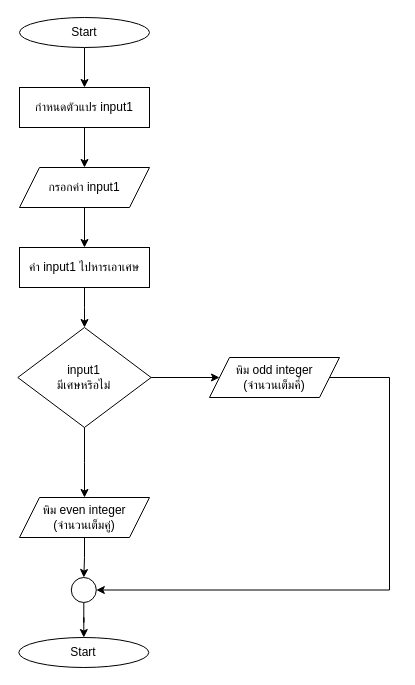
Above: HW/HW05/hw05-5/hw05-5.drawio in aphiwat-window/ENGCE117 (draw.io), before the change. Source tidied: cells renumbered, new cells numbered last; positions are measured from the earlier drawing's top-left corner, leaving out a move shared by most shapes. Both pictures are drawn from the tidied source at 100%, with x=0, y=0 at pixel (17, 17).
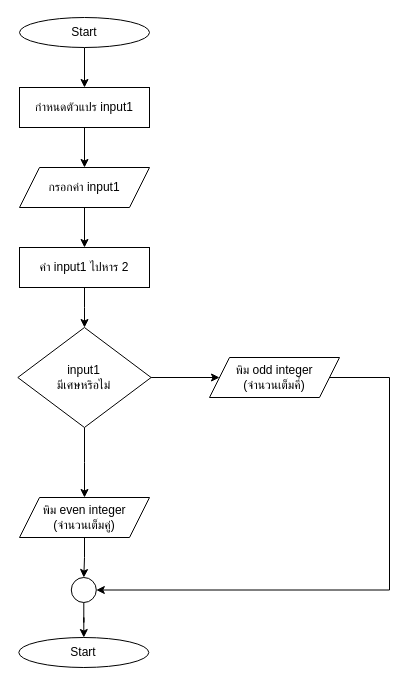
The same page after the edit.

What changed in the source:
```diff
@@
-    <mxCell id="12" value="คำ input1 ไปหารเอาเศษ" style="rounded=0;whiteSpace=wrap;html=1;" parent="1" vertex="1">
+    <mxCell id="12" value="คำ input1 ไปหาร 2" style="rounded=0;whiteSpace=wrap;html=1;" parent="1" vertex="1">
       <mxGeometry x="2" y="230" width="130" height="40" as="geometry" />
     </mxCell>
```
